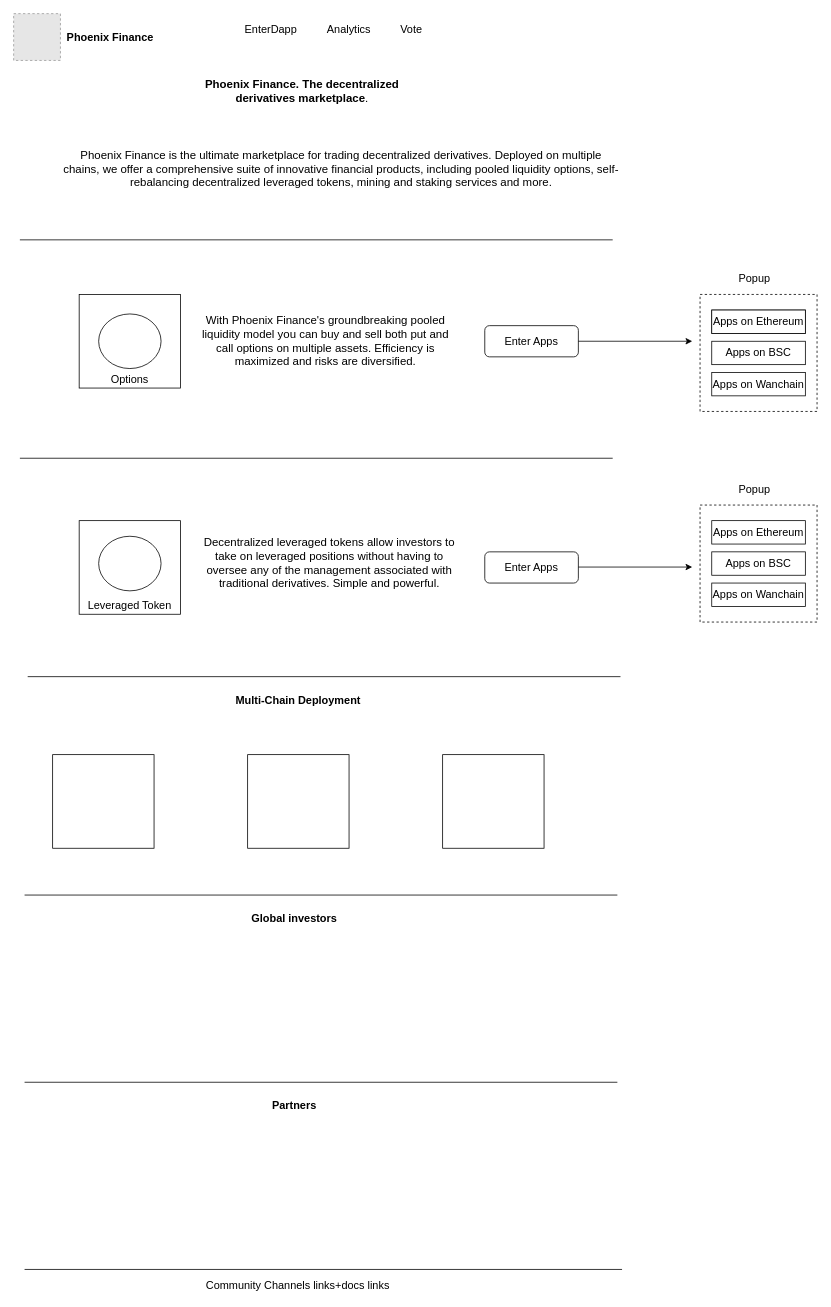
Before: page "Mainpage" (2 of 9) of Untitled Diagram.drawio in FinNexus/UI-2.0, a draw.io diagram. Source tidied: cells renumbered, new cells numbered last; positions are measured from the earlier drawing's top-left corner, leaving out a move shared by most shapes. Both pictures are drawn from the tidied source at 78%, with x=0, y=0 at pixel (13, 13). Pictures stored in the file or linked from it are replaced by grey dashed boxes.
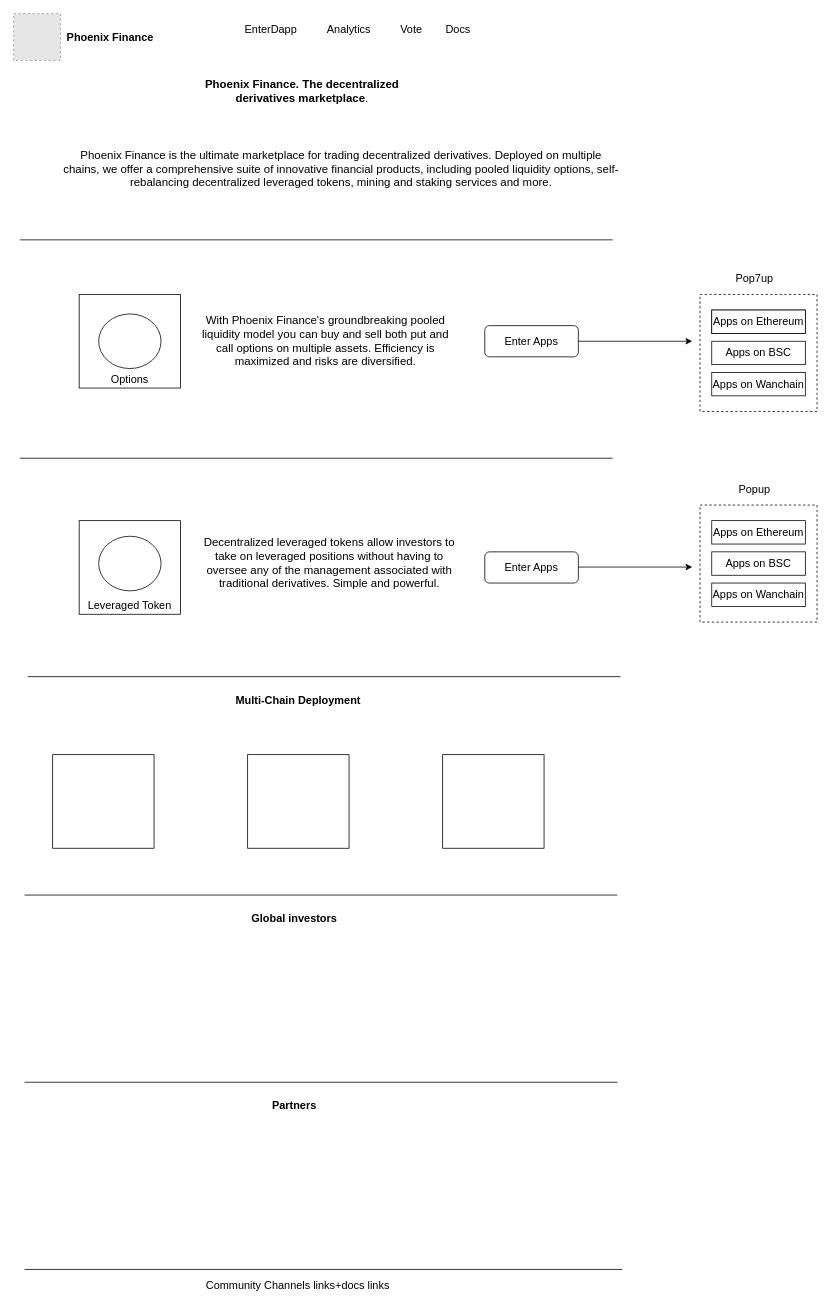
Above is the later version.

The edit, as a diff of the source:
```diff
@@
-    <mxCell id="33" value="Popup" style="text;html=1;strokeColor=none;fillColor=none;align=center;verticalAlign=middle;whiteSpace=wrap;rounded=0;dashed=1;fontSize=14;" parent="1" vertex="1">
+    <mxCell id="33" value="Pop7up" style="text;html=1;strokeColor=none;fillColor=none;align=center;verticalAlign=middle;whiteSpace=wrap;rounded=0;dashed=1;fontSize=14;" parent="1" vertex="1">
       <mxGeometry x="930" y="330" width="40" height="20" as="geometry" />
     </mxCell>
@@
+    <mxCell id="43" value="Docs" style="text;html=1;strokeColor=none;fillColor=none;align=center;verticalAlign=middle;whiteSpace=wrap;rounded=0;fontSize=14;" parent="1" vertex="1">
+      <mxGeometry x="550" y="10" width="40" height="20" as="geometry" />
+    </mxCell>
```
